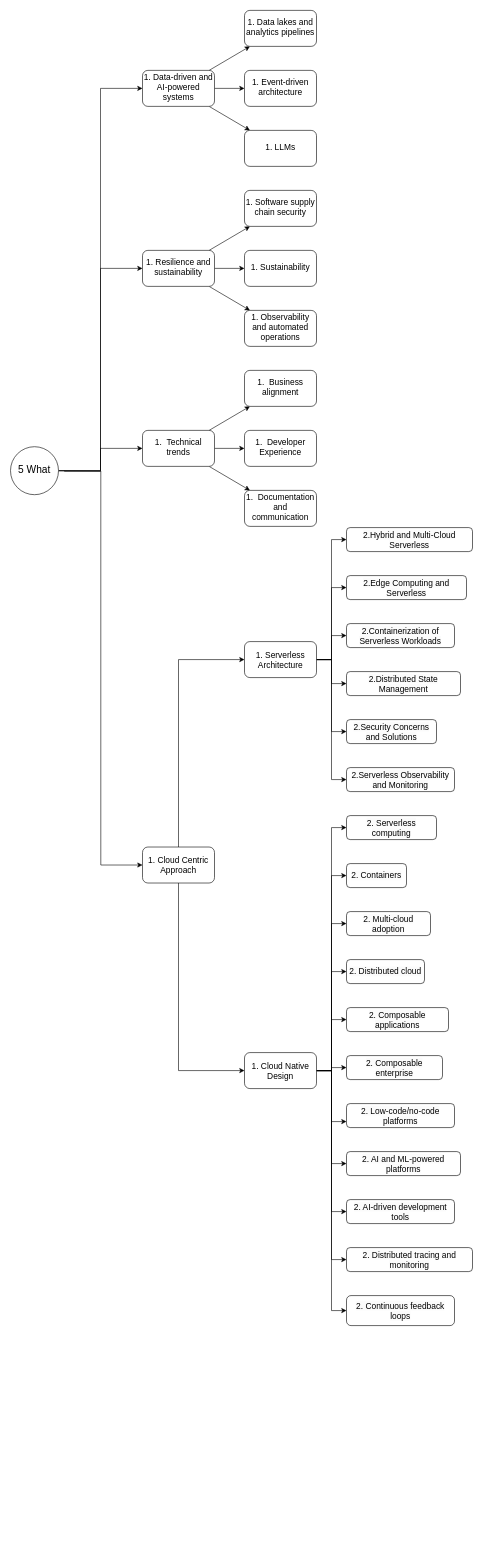
This is page "5 What" (8 of 8) of SolutionArchitectureProcess.drawio from Gaur4vGaur/probable-octo, a draw.io file, before an edit. Source tidied: cells renumbered, new cells numbered last; positions are measured from the earlier drawing's top-left corner, leaving out a move shared by most shapes. Both pictures are drawn from the tidied source at 60%, with x=0, y=0 at pixel (10, 10).
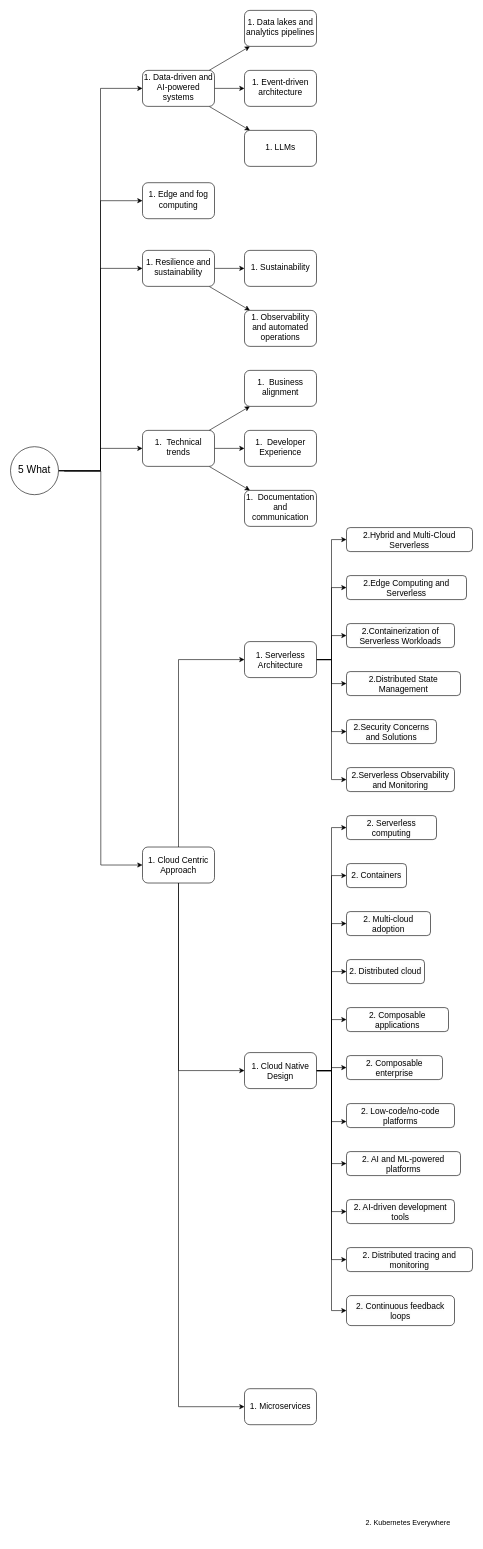
Above is the later version.

Unchanged cells that the change refers to:
```xml
<mxCell id="4" value="1. Cloud Centric Approach" style="rounded=1;whiteSpace=wrap;html=1;fontSize=14;" parent="1" vertex="1">
  <mxGeometry x="220" y="1394.2" width="120" height="60" as="geometry" />
</mxCell>
<mxCell id="28" value="5 What" style="ellipse;whiteSpace=wrap;html=1;fontSize=17;" parent="1" vertex="1">
  <mxGeometry y="727" width="80" height="80" as="geometry" />
</mxCell>
<mxCell id="36" value="1. Resilience and sustainability&lt;span style=&quot;background-color: initial;&quot;&gt;&lt;br&gt;&lt;/span&gt;&lt;ul style=&quot;--tw-border-spacing-x: 0; --tw-border-spacing-y: 0; --tw-translate-x: 0; --tw-translate-y: 0; --tw-rotate: 0; --tw-skew-x: 0; --tw-skew-y: 0; --tw-scale-x: 1; --tw-scale-y: 1; --tw-pan-x: ; --tw-pan-y: ; --tw-pinch-zoom: ; --tw-scroll-snap-strictness: proximity; --tw-ordinal: ; --tw-slashed-zero: ; --tw-numeric-figure: ; --tw-numeric-spacing: ; --tw-numeric-fraction: ; --tw-ring-inset: ; --tw-ring-offset-width: 0px; --tw-ring-offset-color: #fff; --tw-ring-color: rgb(59 130 246 / .5); --tw-ring-offset-shadow: 0 0 #0000; --tw-ring-shadow: 0 0 #0000; --tw-shadow: 0 0 #0000; --tw-shadow-colored: 0 0 #0000; --tw-blur: ; --tw-brightness: ; --tw-contrast: ; --tw-grayscale: ; --tw-hue-rotate: ; --tw-invert: ; --tw-saturate: ; --tw-sepia: ; --tw-drop-shadow: ; --tw-backdrop-blur: ; --tw-backdrop-brightness: ; --tw-backdrop-contrast: ; --tw-backdrop-grayscale: ; --tw-backdrop-hue-rotate: ; --tw-backdrop-invert: ; --tw-backdrop-opacity: ; --tw-backdrop-saturate: ; --tw-backdrop-sepia: ; margin: 4px 0px; padding-inline-start: 36px;&quot;&gt;&lt;span style=&quot;--tw-border-spacing-x: 0; --tw-border-spacing-y: 0; --tw-translate-x: 0; --tw-translate-y: 0; --tw-rotate: 0; --tw-skew-x: 0; --tw-skew-y: 0; --tw-scale-x: 1; --tw-scale-y: 1; --tw-pan-x: ; --tw-pan-y: ; --tw-pinch-zoom: ; --tw-scroll-snap-strictness: proximity; --tw-ordinal: ; --tw-slashed-zero: ; --tw-numeric-figure: ; --tw-numeric-spacing: ; --tw-numeric-fraction: ; --tw-ring-inset: ; --tw-ring-offset-width: 0px; --tw-ring-offset-color: #fff; --tw-ring-color: rgb(59 130 246 / .5); --tw-ring-offset-shadow: 0 0 #0000; --tw-ring-shadow: 0 0 #0000; --tw-shadow: 0 0 #0000; --tw-shadow-colored: 0 0 #0000; --tw-blur: ; --tw-brightness: ; --tw-contrast: ; --tw-grayscale: ; --tw-hue-rotate: ; --tw-invert: ; --tw-saturate: ; --tw-sepia: ; --tw-drop-shadow: ; --tw-backdrop-blur: ; --tw-backdrop-brightness: ; --tw-backdrop-contrast: ; --tw-backdrop-grayscale: ; --tw-backdrop-hue-rotate: ; --tw-backdrop-invert: ; --tw-backdrop-opacity: ; --tw-backdrop-saturate: ; --tw-backdrop-sepia: ; color: rgb(227, 227, 227); font-family: &amp;quot;Google Sans&amp;quot;, &amp;quot;Helvetica Neue&amp;quot;, sans-serif; font-size: 16px; text-align: start; background-color: rgb(19, 19, 20);&quot;&gt;&lt;/span&gt;&lt;/ul&gt;" style="rounded=1;whiteSpace=wrap;html=1;fontSize=14;" parent="1" vertex="1">
  <mxGeometry x="220" y="399.8" width="120" height="60" as="geometry" />
</mxCell>
```

The edit, as a diff of the source:
```diff
@@
+    <mxCell id="67" style="edgeStyle=orthogonalEdgeStyle;rounded=0;jettySize=auto;html=1;entryX=0;entryY=0.5;entryDx=0;entryDy=0;exitX=0.5;exitY=1;exitDx=0;exitDy=0;" parent="1" edge="1" source="4" target="70">
+      <mxGeometry relative="1" as="geometry" />
+    </mxCell>
@@
+    <mxCell id="68" style="edgeStyle=orthogonalEdgeStyle;rounded=0;jettySize=auto;html=1;entryX=0;entryY=0.5;entryDx=0;entryDy=0;" parent="1" edge="1" source="28" target="69">
+      <mxGeometry relative="1" as="geometry" />
+    </mxCell>
@@
-    <mxCell id="33" style="edgeStyle=none;shape=connector;rounded=0;jettySize=auto;html=1;labelBackgroundColor=default;strokeColor=default;align=center;verticalAlign=middle;fontFamily=Helvetica;fontSize=11;fontColor=default;endArrow=classic;" parent="1" edge="1" source="36" target="44">
-      <mxGeometry relative="1" as="geometry" />
-    </mxCell>
@@
-    <mxCell id="44" value="1.&amp;nbsp;Software supply chain security&lt;span style=&quot;background-color: initial;&quot;&gt;&lt;br&gt;&lt;/span&gt;&lt;ul style=&quot;--tw-border-spacing-x: 0; --tw-border-spacing-y: 0; --tw-translate-x: 0; --tw-translate-y: 0; --tw-rotate: 0; --tw-skew-x: 0; --tw-skew-y: 0; --tw-scale-x: 1; --tw-scale-y: 1; --tw-pan-x: ; --tw-pan-y: ; --tw-pinch-zoom: ; --tw-scroll-snap-strictness: proximity; --tw-ordinal: ; --tw-slashed-zero: ; --tw-numeric-figure: ; --tw-numeric-spacing: ; --tw-numeric-fraction: ; --tw-ring-inset: ; --tw-ring-offset-width: 0px; --tw-ring-offset-color: #fff; --tw-ring-color: rgb(59 130 246 / .5); --tw-ring-offset-shadow: 0 0 #0000; --tw-ring-shadow: 0 0 #0000; --tw-shadow: 0 0 #0000; --tw-shadow-colored: 0 0 #0000; --tw-blur: ; --tw-brightness: ; --tw-contrast: ; --tw-grayscale: ; --tw-hue-rotate: ; --tw-invert: ; --tw-saturate: ; --tw-sepia: ; --tw-drop-shadow: ; --tw-backdrop-blur: ; --tw-backdrop-brightness: ; --tw-backdrop-contrast: ; --tw-backdrop-grayscale: ; --tw-backdrop-hue-rotate: ; --tw-backdrop-invert: ; --tw-backdrop-opacity: ; --tw-backdrop-saturate: ; --tw-backdrop-sepia: ; margin: 4px 0px; padding-inline-start: 36px;&quot;&gt;&lt;span style=&quot;--tw-border-spacing-x: 0; --tw-border-spacing-y: 0; --tw-translate-x: 0; --tw-translate-y: 0; --tw-rotate: 0; --tw-skew-x: 0; --tw-skew-y: 0; --tw-scale-x: 1; --tw-scale-y: 1; --tw-pan-x: ; --tw-pan-y: ; --tw-pinch-zoom: ; --tw-scroll-snap-strictness: proximity; --tw-ordinal: ; --tw-slashed-zero: ; --tw-numeric-figure: ; --tw-numeric-spacing: ; --tw-numeric-fraction: ; --tw-ring-inset: ; --tw-ring-offset-width: 0px; --tw-ring-offset-color: #fff; --tw-ring-color: rgb(59 130 246 / .5); --tw-ring-offset-shadow: 0 0 #0000; --tw-ring-shadow: 0 0 #0000; --tw-shadow: 0 0 #0000; --tw-shadow-colored: 0 0 #0000; --tw-blur: ; --tw-brightness: ; --tw-contrast: ; --tw-grayscale: ; --tw-hue-rotate: ; --tw-invert: ; --tw-saturate: ; --tw-sepia: ; --tw-drop-shadow: ; --tw-backdrop-blur: ; --tw-backdrop-brightness: ; --tw-backdrop-contrast: ; --tw-backdrop-grayscale: ; --tw-backdrop-hue-rotate: ; --tw-backdrop-invert: ; --tw-backdrop-opacity: ; --tw-backdrop-saturate: ; --tw-backdrop-sepia: ; color: rgb(227, 227, 227); font-family: &amp;quot;Google Sans&amp;quot;, &amp;quot;Helvetica Neue&amp;quot;, sans-serif; font-size: 16px; text-align: start; background-color: rgb(19, 19, 20);&quot;&gt;&lt;/span&gt;&lt;/ul&gt;" style="rounded=1;whiteSpace=wrap;html=1;fontSize=14;" parent="1" vertex="1">
-      <mxGeometry x="390" y="299.8" width="120" height="60" as="geometry" />
-    </mxCell>
@@
+    <mxCell id="69" value="1. Edge and fog computing&lt;span style=&quot;background-color: initial;&quot;&gt;&lt;br&gt;&lt;/span&gt;&lt;ul style=&quot;--tw-border-spacing-x: 0; --tw-border-spacing-y: 0; --tw-translate-x: 0; --tw-translate-y: 0; --tw-rotate: 0; --tw-skew-x: 0; --tw-skew-y: 0; --tw-scale-x: 1; --tw-scale-y: 1; --tw-pan-x: ; --tw-pan-y: ; --tw-pinch-zoom: ; --tw-scroll-snap-strictness: proximity; --tw-ordinal: ; --tw-slashed-zero: ; --tw-numeric-figure: ; --tw-numeric-spacing: ; --tw-numeric-fraction: ; --tw-ring-inset: ; --tw-ring-offset-width: 0px; --tw-ring-offset-color: #fff; --tw-ring-color: rgb(59 130 246 / .5); --tw-ring-offset-shadow: 0 0 #0000; --tw-ring-shadow: 0 0 #0000; --tw-shadow: 0 0 #0000; --tw-shadow-colored: 0 0 #0000; --tw-blur: ; --tw-brightness: ; --tw-contrast: ; --tw-grayscale: ; --tw-hue-rotate: ; --tw-invert: ; --tw-saturate: ; --tw-sepia: ; --tw-drop-shadow: ; --tw-backdrop-blur: ; --tw-backdrop-brightness: ; --tw-backdrop-contrast: ; --tw-backdrop-grayscale: ; --tw-backdrop-hue-rotate: ; --tw-backdrop-invert: ; --tw-backdrop-opacity: ; --tw-backdrop-saturate: ; --tw-backdrop-sepia: ; margin: 4px 0px; padding-inline-start: 36px;&quot;&gt;&lt;span style=&quot;--tw-border-spacing-x: 0; --tw-border-spacing-y: 0; --tw-translate-x: 0; --tw-translate-y: 0; --tw-rotate: 0; --tw-skew-x: 0; --tw-skew-y: 0; --tw-scale-x: 1; --tw-scale-y: 1; --tw-pan-x: ; --tw-pan-y: ; --tw-pinch-zoom: ; --tw-scroll-snap-strictness: proximity; --tw-ordinal: ; --tw-slashed-zero: ; --tw-numeric-figure: ; --tw-numeric-spacing: ; --tw-numeric-fraction: ; --tw-ring-inset: ; --tw-ring-offset-width: 0px; --tw-ring-offset-color: #fff; --tw-ring-color: rgb(59 130 246 / .5); --tw-ring-offset-shadow: 0 0 #0000; --tw-ring-shadow: 0 0 #0000; --tw-shadow: 0 0 #0000; --tw-shadow-colored: 0 0 #0000; --tw-blur: ; --tw-brightness: ; --tw-contrast: ; --tw-grayscale: ; --tw-hue-rotate: ; --tw-invert: ; --tw-saturate: ; --tw-sepia: ; --tw-drop-shadow: ; --tw-backdrop-blur: ; --tw-backdrop-brightness: ; --tw-backdrop-contrast: ; --tw-backdrop-grayscale: ; --tw-backdrop-hue-rotate: ; --tw-backdrop-invert: ; --tw-backdrop-opacity: ; --tw-backdrop-saturate: ; --tw-backdrop-sepia: ; color: rgb(227, 227, 227); font-family: &amp;quot;Google Sans&amp;quot;, &amp;quot;Helvetica Neue&amp;quot;, sans-serif; font-size: 16px; text-align: start; background-color: rgb(19, 19, 20);&quot;&gt;&lt;/span&gt;&lt;/ul&gt;" style="rounded=1;whiteSpace=wrap;html=1;fontSize=14;" parent="1" vertex="1">
+      <mxGeometry x="220" y="287" width="120" height="60" as="geometry" />
+    </mxCell>
+    <mxCell id="70" value="1. Microservices" style="rounded=1;whiteSpace=wrap;html=1;fontSize=14;" parent="1" vertex="1">
+      <mxGeometry x="390" y="2297" width="120" height="60" as="geometry" />
+    </mxCell>
+    <mxCell id="71" value="2. Kubernetes Everywhere" style="text;whiteSpace=wrap;" parent="1" vertex="1">
+      <mxGeometry x="590" y="2507" width="170" height="40" as="geometry" />
+    </mxCell>
```
